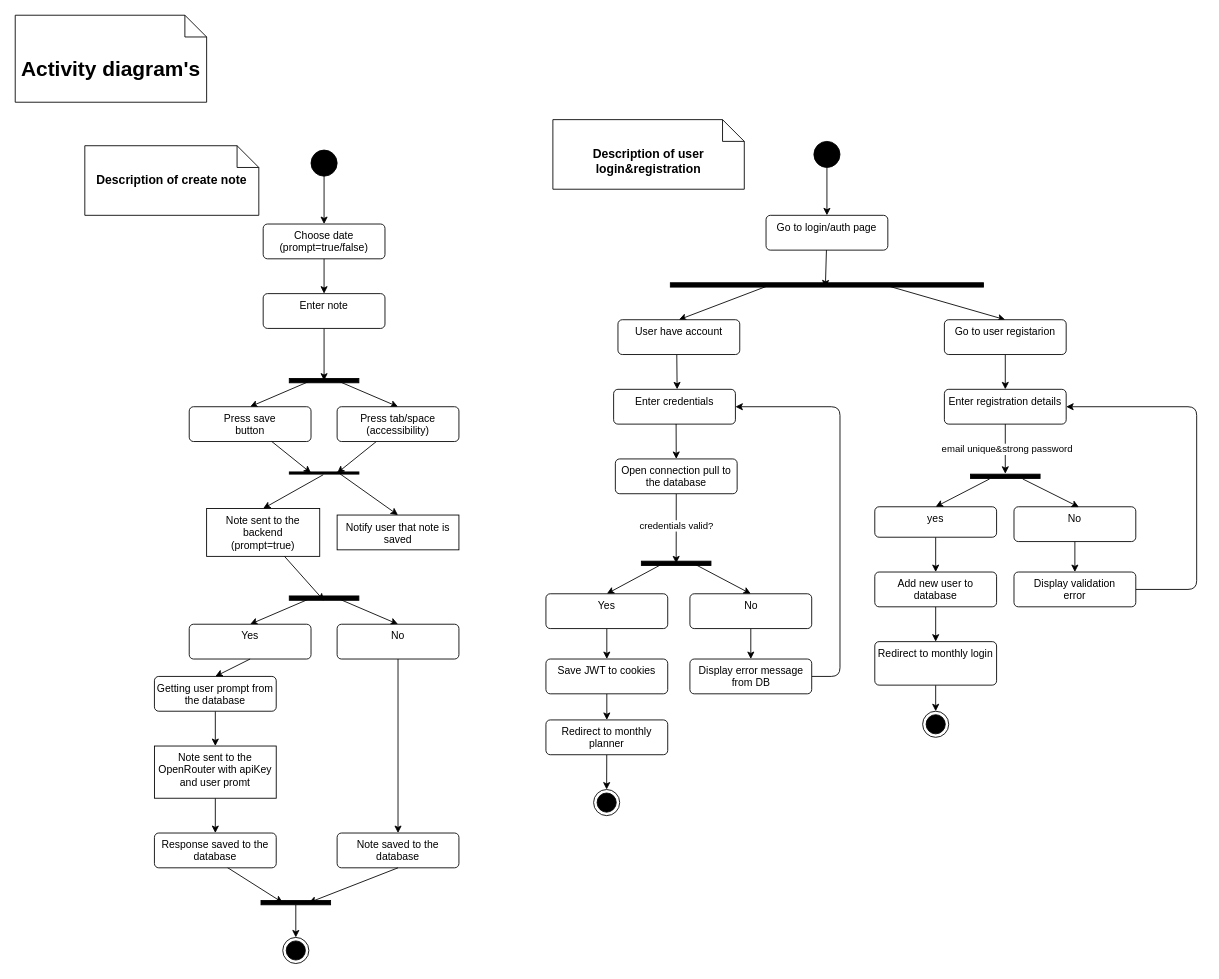
Kirill9m/dagbok-next-boot keeps this draw.io diagram as documentation/activity.drawio. Above is the earlier version. Source tidied: cells renumbered, new cells numbered last; positions are measured from the earlier drawing's top-left corner, leaving out a move shared by most shapes. Both pictures are drawn from the tidied source at 87%, with x=0, y=0 at pixel (15, 15).
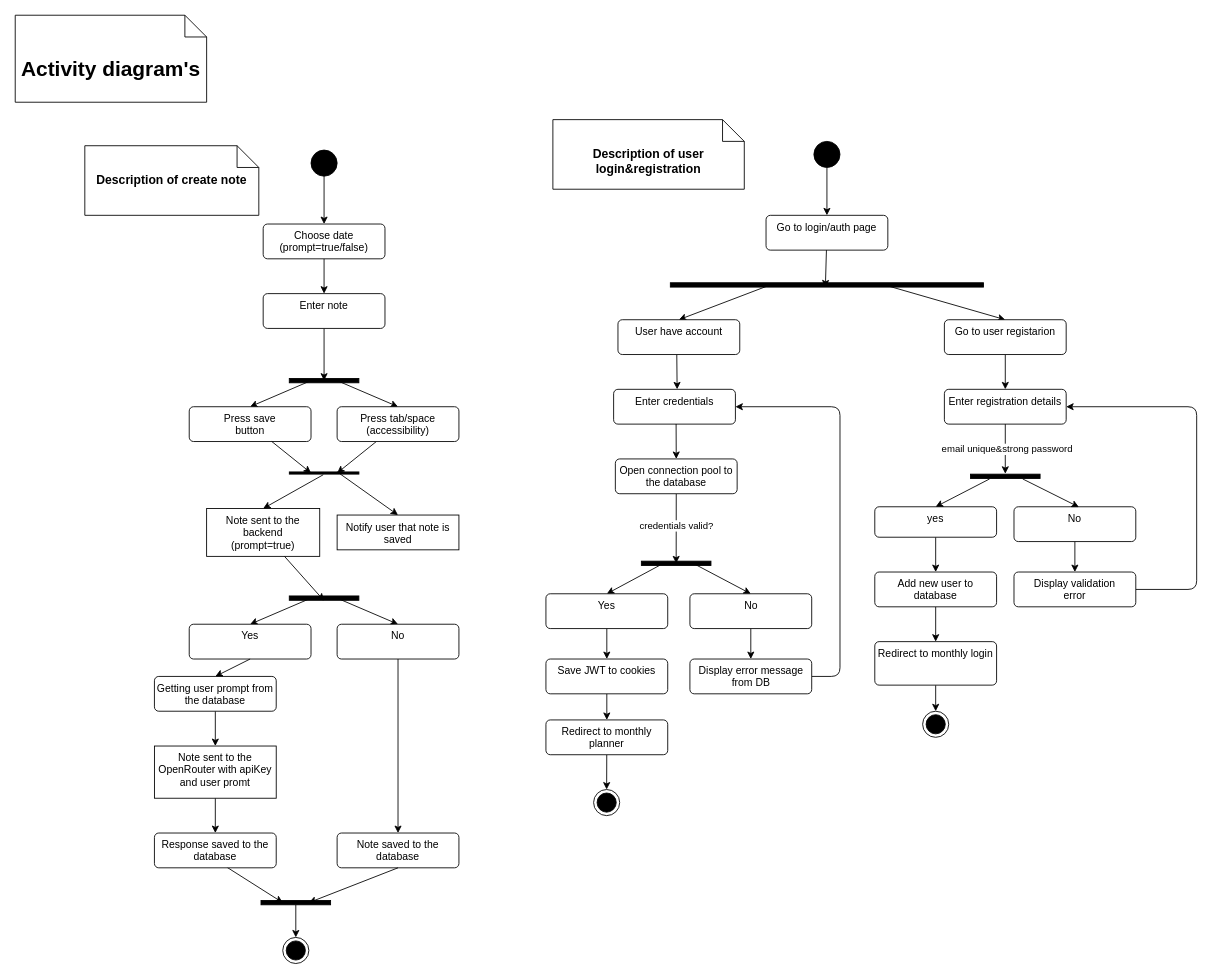
Above is the later version.

Change to the diagram source:
```diff
@@
-    <mxCell id="45" value="Open connection pull to the database" style="html=1;align=center;verticalAlign=top;rounded=1;absoluteArcSize=1;arcSize=10;dashed=0;whiteSpace=wrap;" parent="1" vertex="1">
+    <mxCell id="45" value="Open connection pool to the database" style="html=1;align=center;verticalAlign=top;rounded=1;absoluteArcSize=1;arcSize=10;dashed=0;whiteSpace=wrap;" parent="1" vertex="1">
       <mxGeometry x="689.8" y="510" width="140" height="40" as="geometry" />
     </mxCell>
```
